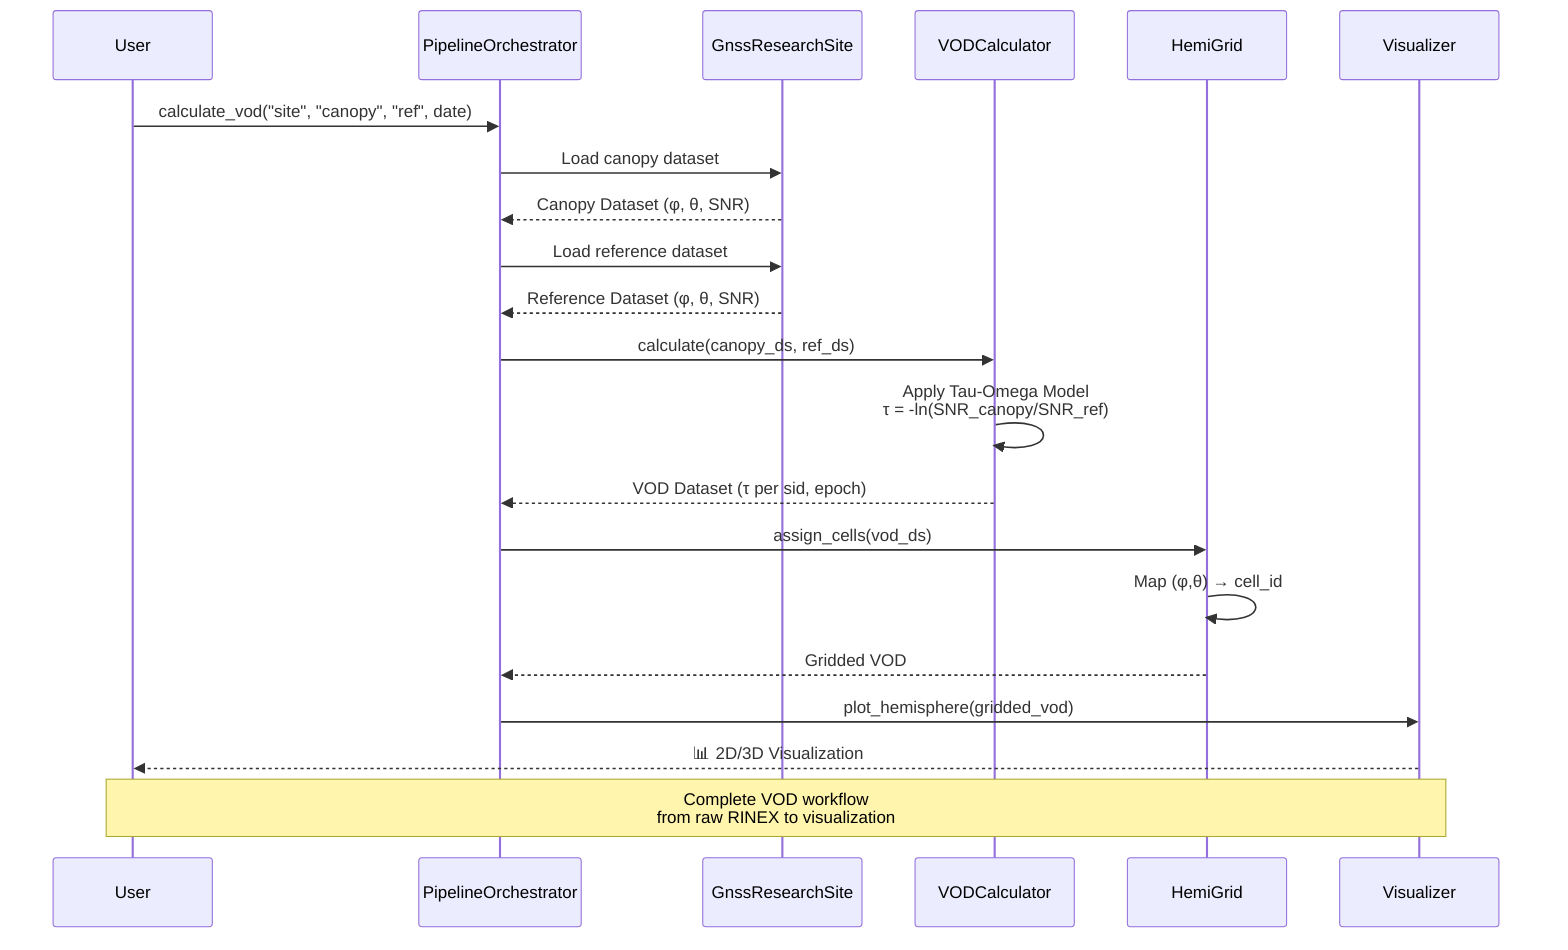
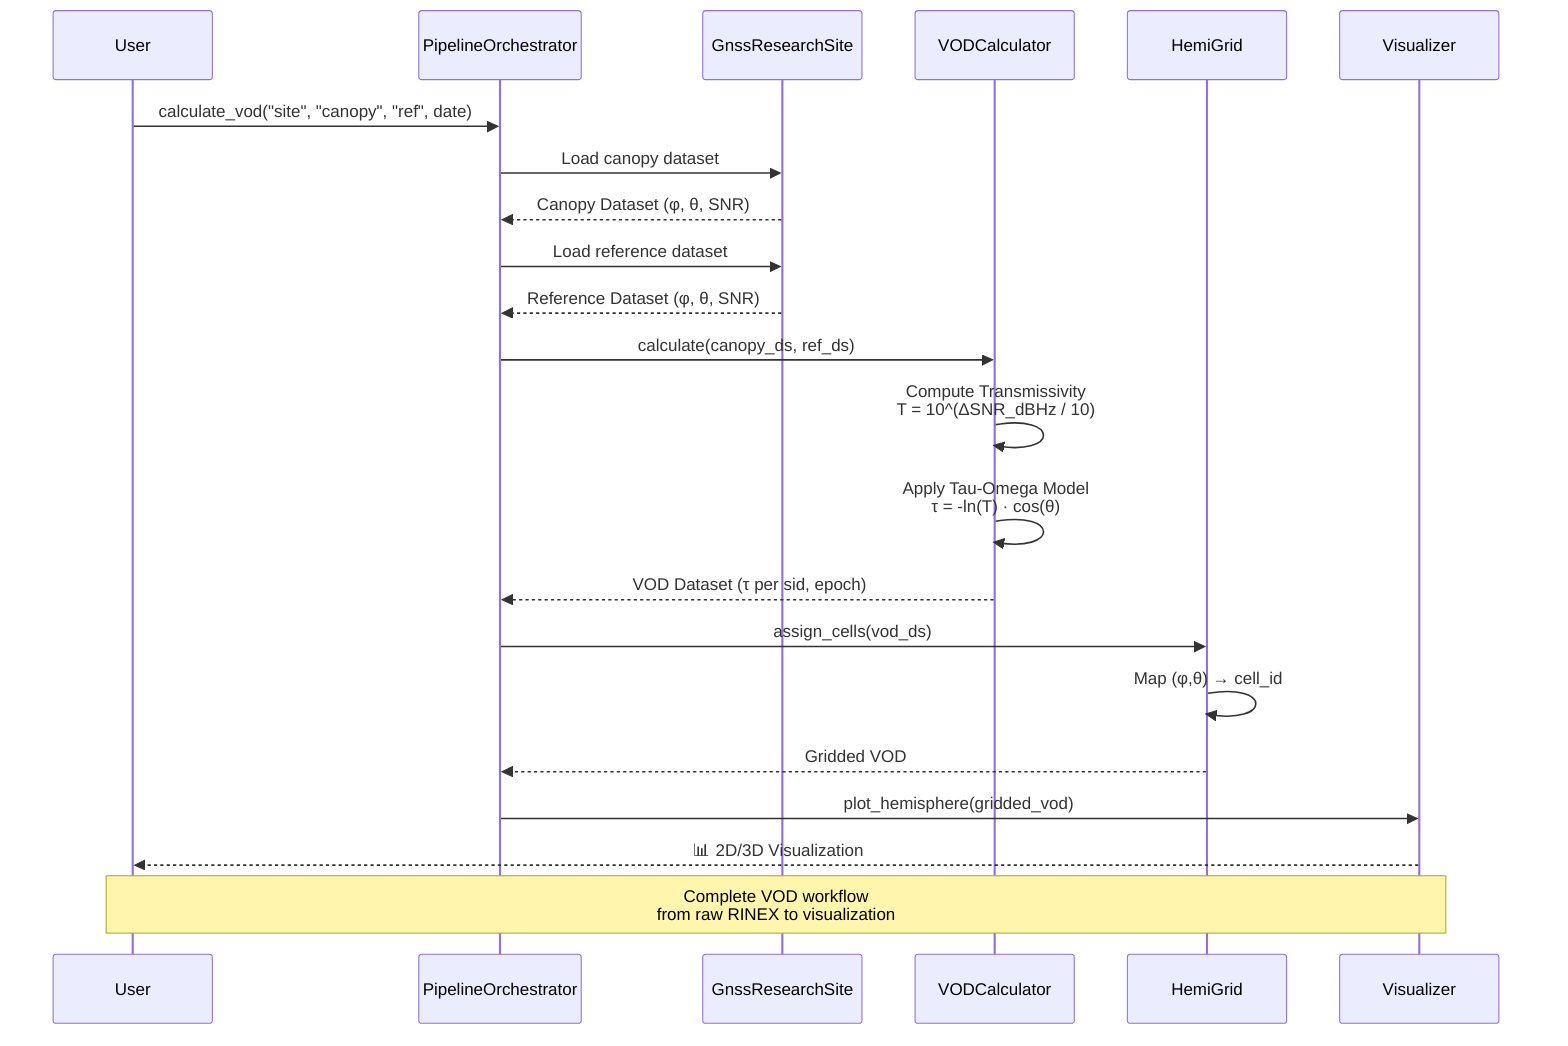
sequenceDiagram
    participant User
    participant Pipeline as PipelineOrchestrator
    participant Store as GnssResearchSite
    participant VODCalc as VODCalculator
    participant Grid as HemiGrid
    participant Viz as Visualizer

    User->>Pipeline: calculate_vod("site", "canopy", "ref", date)

    Pipeline->>Store: Load canopy dataset
    Store-->>Pipeline: Canopy Dataset (φ, θ, SNR)

    Pipeline->>Store: Load reference dataset
    Store-->>Pipeline: Reference Dataset (φ, θ, SNR)

    Pipeline->>VODCalc: calculate(canopy_ds, ref_ds)

-     VODCalc->>VODCalc: Apply Tau-Omega Model<br/>τ = -ln(SNR_canopy/SNR_ref)
+     VODCalc->>VODCalc: Compute Transmissivity<br/>T = 10^(ΔSNR_dBHz / 10)
+     VODCalc->>VODCalc: Apply Tau-Omega Model<br/>τ = -ln(T) · cos(θ)

    VODCalc-->>Pipeline: VOD Dataset (τ per sid, epoch)

    Pipeline->>Grid: assign_cells(vod_ds)
    Grid->>Grid: Map (φ,θ) → cell_id
    Grid-->>Pipeline: Gridded VOD

    Pipeline->>Viz: plot_hemisphere(gridded_vod)
    Viz-->>User: 📊 2D/3D Visualization

    Note over User,Viz: Complete VOD workflow<br/>from raw RINEX to visualization
